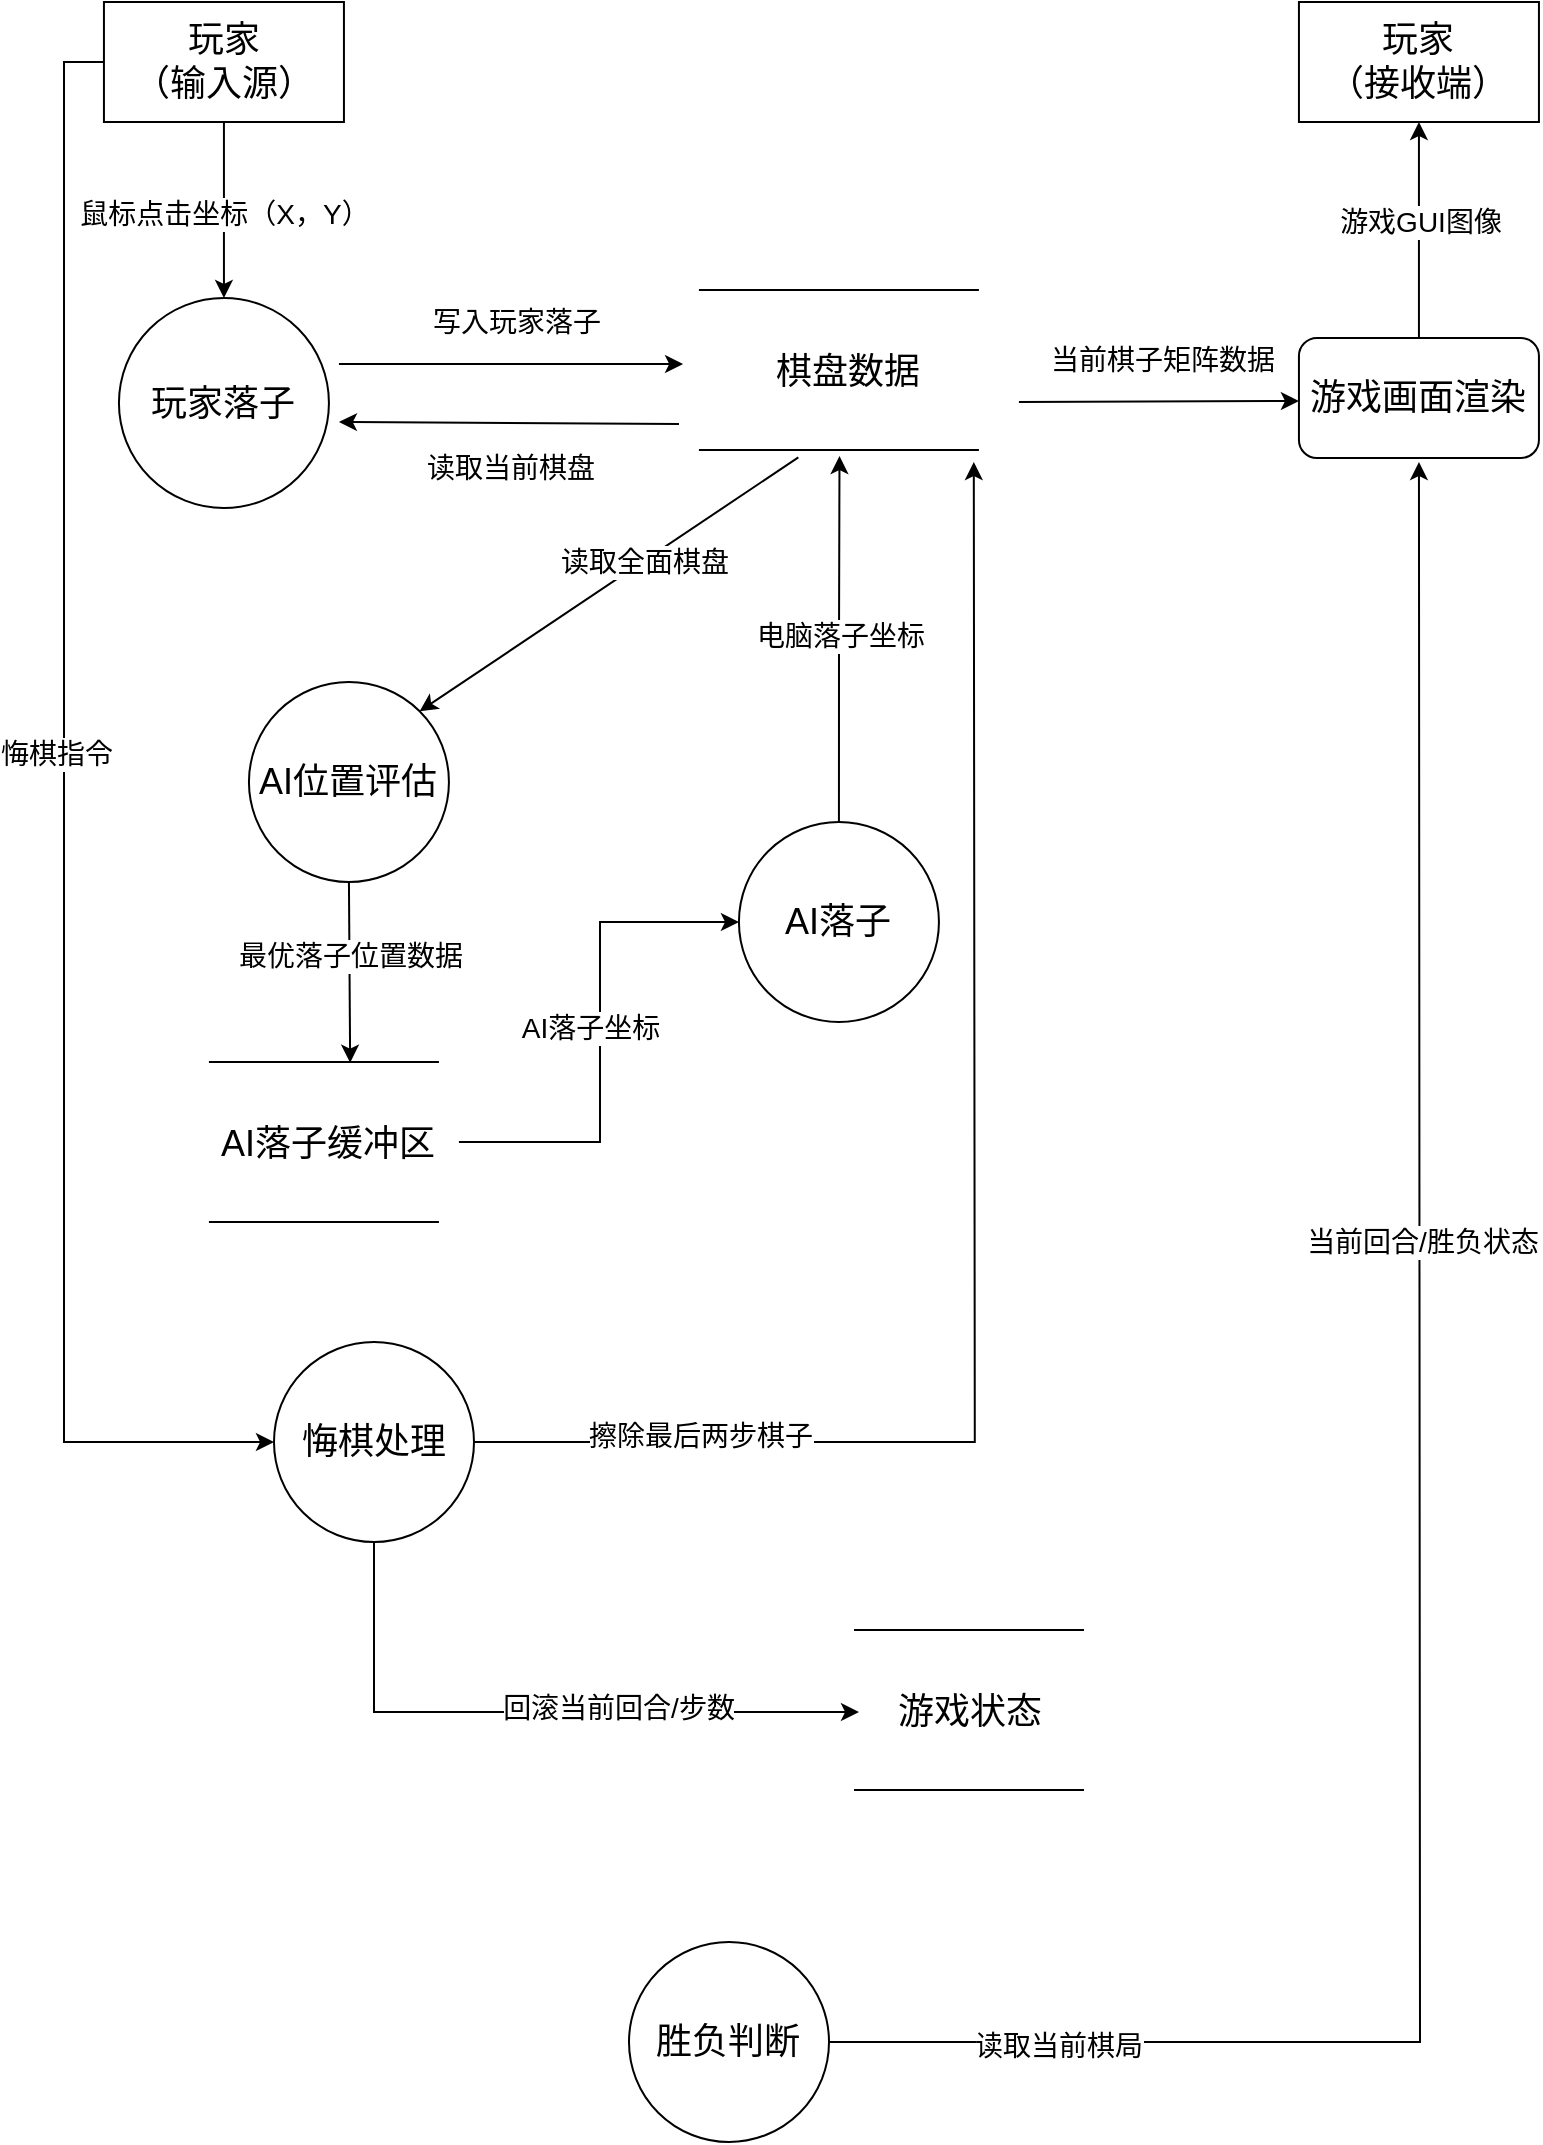
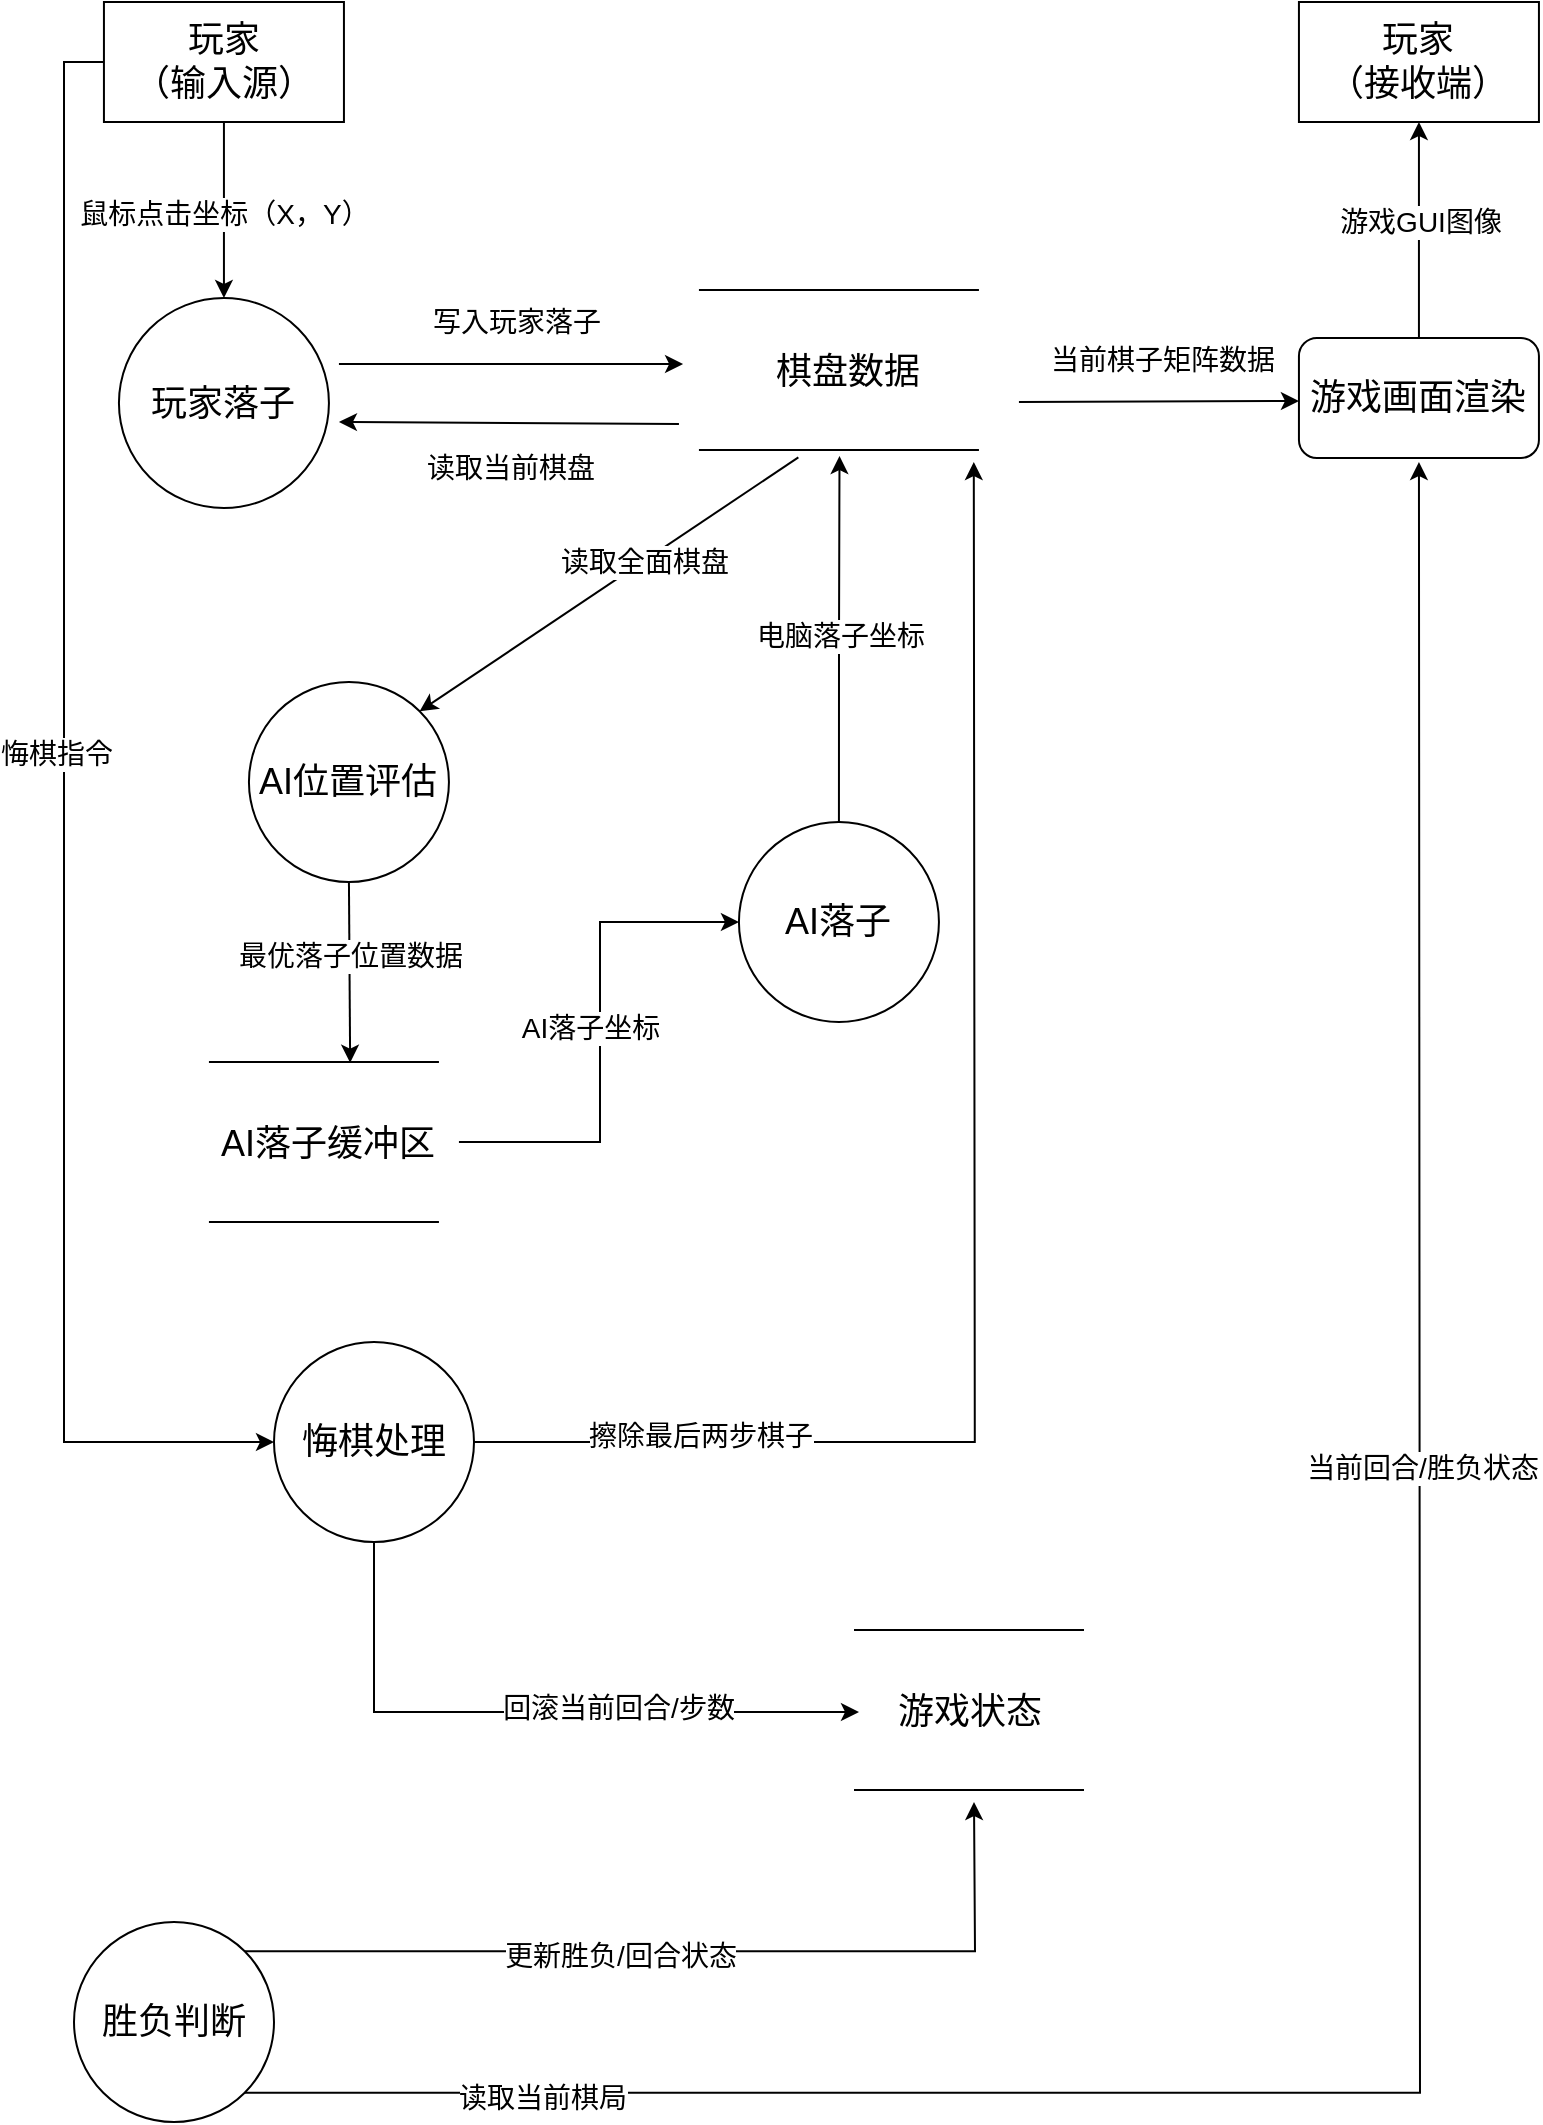
<mxfile host="app.diagrams.net">
  <diagram name="Page-1" id="hryGj0KzSXnJhMcqTr9-">
    <mxGraphModel dx="1201" dy="825" grid="1" gridSize="10" guides="1" tooltips="1" connect="1" arrows="1" fold="1" page="1" pageScale="1" pageWidth="827" pageHeight="1169" math="0" shadow="0">
      <root>
        <mxCell id="0" />
        <mxCell id="1" parent="0" />
        <mxCell id="fDHwApNMCYBN-XmplwMt-11" edge="1" parent="1" source="fDHwApNMCYBN-XmplwMt-3" style="edgeStyle=orthogonalEdgeStyle;rounded=0;orthogonalLoop=1;jettySize=auto;html=1;exitX=0.5;exitY=1;exitDx=0;exitDy=0;entryX=0.5;entryY=0;entryDx=0;entryDy=0;" target="SoA14i47H3jGXmkj97EN-22">
          <mxGeometry relative="1" as="geometry">
            <mxPoint x="92.47" y="250" as="targetPoint" />
          </mxGeometry>
        </mxCell>
        <mxCell id="fDHwApNMCYBN-XmplwMt-12" connectable="0" parent="fDHwApNMCYBN-XmplwMt-11" style="edgeLabel;html=1;align=center;verticalAlign=middle;resizable=0;points=[];" value="&lt;font style=&quot;font-size: 14px;&quot;&gt;鼠标点击坐标（X，Y）&lt;/font&gt;" vertex="1">
          <mxGeometry relative="1" x="0.0364" as="geometry">
            <mxPoint as="offset" />
          </mxGeometry>
        </mxCell>
        <mxCell id="SoA14i47H3jGXmkj97EN-53" edge="1" parent="1" source="fDHwApNMCYBN-XmplwMt-3" style="edgeStyle=orthogonalEdgeStyle;rounded=0;orthogonalLoop=1;jettySize=auto;html=1;exitX=0;exitY=0.5;exitDx=0;exitDy=0;entryX=0;entryY=0.5;entryDx=0;entryDy=0;" target="SoA14i47H3jGXmkj97EN-41">
          <mxGeometry relative="1" as="geometry" />
        </mxCell>
        <mxCell id="SoA14i47H3jGXmkj97EN-54" connectable="0" parent="SoA14i47H3jGXmkj97EN-53" style="edgeLabel;html=1;align=center;verticalAlign=middle;resizable=0;points=[];" value="&lt;font style=&quot;font-size: 14px;&quot;&gt;悔棋指令&lt;/font&gt;" vertex="1">
          <mxGeometry relative="1" x="-0.1018" y="-4" as="geometry">
            <mxPoint as="offset" />
          </mxGeometry>
        </mxCell>
        <mxCell id="fDHwApNMCYBN-XmplwMt-3" parent="1" style="rounded=0;whiteSpace=wrap;html=1;" value="&lt;font style=&quot;font-size: 18px;&quot;&gt;玩家&lt;/font&gt;&lt;div&gt;&lt;font style=&quot;font-size: 18px;&quot;&gt;（输入源）&lt;/font&gt;&lt;/div&gt;" vertex="1">
          <mxGeometry height="60" width="120" x="64.97" y="80" as="geometry" />
        </mxCell>
        <mxCell id="SoA14i47H3jGXmkj97EN-37" edge="1" parent="1" source="fDHwApNMCYBN-XmplwMt-9" style="edgeStyle=orthogonalEdgeStyle;rounded=0;orthogonalLoop=1;jettySize=auto;html=1;exitX=0.5;exitY=0;exitDx=0;exitDy=0;entryX=0.5;entryY=1;entryDx=0;entryDy=0;" target="fDHwApNMCYBN-XmplwMt-10">
          <mxGeometry relative="1" as="geometry" />
        </mxCell>
        <mxCell id="SoA14i47H3jGXmkj97EN-38" connectable="0" parent="SoA14i47H3jGXmkj97EN-37" style="edgeLabel;html=1;align=center;verticalAlign=middle;resizable=0;points=[];" value="&lt;font style=&quot;font-size: 14px;&quot;&gt;游戏GUI图像&lt;/font&gt;" vertex="1">
          <mxGeometry relative="1" x="0.0741" as="geometry">
            <mxPoint as="offset" />
          </mxGeometry>
        </mxCell>
        <mxCell id="fDHwApNMCYBN-XmplwMt-9" parent="1" style="rounded=1;whiteSpace=wrap;html=1;" value="&lt;font style=&quot;font-size: 18px;&quot;&gt;游戏画面渲染&lt;/font&gt;" vertex="1">
          <mxGeometry height="60" width="120" x="662.47" y="248" as="geometry" />
        </mxCell>
        <mxCell id="fDHwApNMCYBN-XmplwMt-10" parent="1" style="rounded=0;whiteSpace=wrap;html=1;" value="&lt;span style=&quot;font-size: 18px;&quot;&gt;玩家&lt;/span&gt;&lt;div&gt;&lt;span style=&quot;font-size: 18px;&quot;&gt;（接收端）&lt;/span&gt;&lt;/div&gt;" vertex="1">
          <mxGeometry height="60" width="120" x="662.47" y="80" as="geometry" />
        </mxCell>
        <mxCell id="SoA14i47H3jGXmkj97EN-10" edge="1" parent="1" style="endArrow=classic;html=1;rounded=0;entryX=0.013;entryY=0.14;entryDx=0;entryDy=0;entryPerimeter=0;" value="">
          <mxGeometry height="50" relative="1" width="50" as="geometry">
            <mxPoint x="182.47" y="261" as="sourcePoint" />
            <mxPoint x="354.537" y="261" as="targetPoint" />
          </mxGeometry>
        </mxCell>
        <mxCell id="SoA14i47H3jGXmkj97EN-11" connectable="0" parent="SoA14i47H3jGXmkj97EN-10" style="edgeLabel;html=1;align=center;verticalAlign=middle;resizable=0;points=[];" value="&lt;font style=&quot;font-size: 14px;&quot;&gt;写入玩家落子&lt;/font&gt;" vertex="1">
          <mxGeometry relative="1" x="0.0202" y="1" as="geometry">
            <mxPoint y="-20" as="offset" />
          </mxGeometry>
        </mxCell>
        <mxCell id="SoA14i47H3jGXmkj97EN-12" edge="1" parent="1" style="endArrow=classic;html=1;rounded=0;exitX=0.925;exitY=0;exitDx=0;exitDy=0;exitPerimeter=0;" value="">
          <mxGeometry height="50" relative="1" width="50" as="geometry">
            <mxPoint x="352.46999999999997" y="291" as="sourcePoint" />
            <mxPoint x="182.47" y="290" as="targetPoint" />
          </mxGeometry>
        </mxCell>
        <mxCell id="SoA14i47H3jGXmkj97EN-13" connectable="0" parent="SoA14i47H3jGXmkj97EN-12" style="edgeLabel;html=1;align=center;verticalAlign=middle;resizable=0;points=[];" value="&lt;font style=&quot;font-size: 14px;&quot;&gt;读取当前棋盘&lt;/font&gt;&lt;div&gt;&lt;font style=&quot;font-size: 14px;&quot;&gt;&lt;br&gt;&lt;/font&gt;&lt;/div&gt;" vertex="1">
          <mxGeometry relative="1" x="0.0202" y="1" as="geometry">
            <mxPoint x="2" y="29" as="offset" />
          </mxGeometry>
        </mxCell>
        <mxCell id="SoA14i47H3jGXmkj97EN-14" edge="1" parent="1" source="SoA14i47H3jGXmkj97EN-28" style="endArrow=classic;html=1;rounded=0;entryX=1;entryY=0;entryDx=0;entryDy=0;exitX=0.355;exitY=0.958;exitDx=0;exitDy=0;exitPerimeter=0;" target="SoA14i47H3jGXmkj97EN-23" value="">
          <mxGeometry height="50" relative="1" width="50" as="geometry">
            <mxPoint x="350.40299999999996" y="332" as="sourcePoint" />
            <mxPoint x="92.47" y="410" as="targetPoint" />
          </mxGeometry>
        </mxCell>
        <mxCell id="SoA14i47H3jGXmkj97EN-15" connectable="0" parent="SoA14i47H3jGXmkj97EN-14" style="edgeLabel;html=1;align=center;verticalAlign=middle;resizable=0;points=[];" value="&lt;font style=&quot;font-size: 14px;&quot;&gt;读取全面棋盘&lt;/font&gt;" vertex="1">
          <mxGeometry relative="1" x="-0.1782" as="geometry">
            <mxPoint as="offset" />
          </mxGeometry>
        </mxCell>
        <mxCell id="SoA14i47H3jGXmkj97EN-16" edge="1" parent="1" style="endArrow=classic;html=1;rounded=0;entryX=0.013;entryY=0.14;entryDx=0;entryDy=0;entryPerimeter=0;" value="">
          <mxGeometry height="50" relative="1" width="50" as="geometry">
            <mxPoint x="522.47" y="280" as="sourcePoint" />
            <mxPoint x="662.4670000000001" y="279.5" as="targetPoint" />
          </mxGeometry>
        </mxCell>
        <mxCell id="SoA14i47H3jGXmkj97EN-17" connectable="0" parent="SoA14i47H3jGXmkj97EN-16" style="edgeLabel;html=1;align=center;verticalAlign=middle;resizable=0;points=[];" value="&lt;span style=&quot;font-size: 14px;&quot;&gt;当前棋子矩阵数据&lt;/span&gt;" vertex="1">
          <mxGeometry relative="1" x="0.0202" y="1" as="geometry">
            <mxPoint y="-20" as="offset" />
          </mxGeometry>
        </mxCell>
        <mxCell id="SoA14i47H3jGXmkj97EN-22" parent="1" style="ellipse;whiteSpace=wrap;html=1;aspect=fixed;" value="&lt;font style=&quot;font-size: 18px;&quot;&gt;玩家落子&lt;/font&gt;" vertex="1">
          <mxGeometry height="105" width="105" x="72.47" y="228" as="geometry" />
        </mxCell>
        <mxCell id="SoA14i47H3jGXmkj97EN-23" parent="1" style="ellipse;whiteSpace=wrap;html=1;aspect=fixed;" value="&lt;font style=&quot;font-size: 18px;&quot;&gt;AI位置评估&lt;/font&gt;" vertex="1">
          <mxGeometry height="100" width="100" x="137.47" y="420" as="geometry" />
        </mxCell>
        <mxCell id="SoA14i47H3jGXmkj97EN-24" parent="1" style="ellipse;whiteSpace=wrap;html=1;aspect=fixed;" value="&lt;font style=&quot;font-size: 18px;&quot;&gt;AI落子&lt;/font&gt;" vertex="1">
          <mxGeometry height="100" width="100" x="382.46999999999997" y="490" as="geometry" />
        </mxCell>
-         <mxCell id="SoA14i47H3jGXmkj97EN-39" edge="1" parent="1" source="SoA14i47H3jGXmkj97EN-25" style="edgeStyle=orthogonalEdgeStyle;rounded=0;orthogonalLoop=1;jettySize=auto;html=1;exitX=1;exitY=0.5;exitDx=0;exitDy=0;">
+         <mxCell id="SoA14i47H3jGXmkj97EN-39" edge="1" parent="1" source="SoA14i47H3jGXmkj97EN-25" style="edgeStyle=orthogonalEdgeStyle;rounded=0;orthogonalLoop=1;jettySize=auto;html=1;exitX=1;exitY=1;exitDx=0;exitDy=0;">
          <mxGeometry relative="1" as="geometry">
            <mxPoint x="722.47" y="310" as="targetPoint" />
          </mxGeometry>
        </mxCell>
        <mxCell id="SoA14i47H3jGXmkj97EN-40" connectable="0" parent="SoA14i47H3jGXmkj97EN-39" style="edgeLabel;html=1;align=center;verticalAlign=middle;resizable=0;points=[];" value="&lt;font style=&quot;font-size: 14px;&quot;&gt;当前回合/胜负状态&lt;/font&gt;" vertex="1">
          <mxGeometry relative="1" x="0.2828" y="-1" as="geometry">
            <mxPoint as="offset" />
          </mxGeometry>
        </mxCell>
        <mxCell id="SoA14i47H3jGXmkj97EN-52" connectable="0" parent="SoA14i47H3jGXmkj97EN-39" style="edgeLabel;html=1;align=center;verticalAlign=middle;resizable=0;points=[];" value="&lt;font style=&quot;font-size: 14px;&quot;&gt;读取当前棋局&lt;/font&gt;" vertex="1">
          <mxGeometry relative="1" x="-0.7892" y="-2" as="geometry">
            <mxPoint as="offset" />
          </mxGeometry>
        </mxCell>
+         <mxCell id="SoA14i47H3jGXmkj97EN-60" edge="1" parent="1" source="SoA14i47H3jGXmkj97EN-25" style="edgeStyle=orthogonalEdgeStyle;rounded=0;orthogonalLoop=1;jettySize=auto;html=1;exitX=1;exitY=0;exitDx=0;exitDy=0;">
+           <mxGeometry relative="1" as="geometry">
+             <mxPoint x="500" y="980" as="targetPoint" />
+           </mxGeometry>
+         </mxCell>
+         <mxCell id="SoA14i47H3jGXmkj97EN-61" connectable="0" parent="SoA14i47H3jGXmkj97EN-60" style="edgeLabel;html=1;align=center;verticalAlign=middle;resizable=0;points=[];" value="&lt;font style=&quot;font-size: 14px;&quot;&gt;更新胜负/回合状态&lt;/font&gt;" vertex="1">
+           <mxGeometry relative="1" x="-0.1486" y="-2" as="geometry">
+             <mxPoint as="offset" />
+           </mxGeometry>
+         </mxCell>
        <mxCell id="SoA14i47H3jGXmkj97EN-25" parent="1" style="ellipse;whiteSpace=wrap;html=1;aspect=fixed;" value="&lt;font style=&quot;font-size: 18px;&quot;&gt;胜负判断&lt;/font&gt;" vertex="1">
-           <mxGeometry height="100" width="100" x="327.49999999999994" y="1050" as="geometry" />
+           <mxGeometry height="100" width="100" x="49.99999999999994" y="1040" as="geometry" />
        </mxCell>
        <mxCell id="SoA14i47H3jGXmkj97EN-27" parent="1" style="line;strokeWidth=1;fillColor=none;align=left;verticalAlign=middle;spacingTop=-1;spacingLeft=3;spacingRight=3;rotatable=0;labelPosition=right;points=[];portConstraint=eastwest;strokeColor=inherit;" value="" vertex="1">
          <mxGeometry height="8" width="140" x="362.46999999999997" y="220" as="geometry" />
        </mxCell>
        <mxCell id="SoA14i47H3jGXmkj97EN-28" parent="1" style="line;strokeWidth=1;fillColor=none;align=left;verticalAlign=middle;spacingTop=-1;spacingLeft=3;spacingRight=3;rotatable=0;labelPosition=right;points=[];portConstraint=eastwest;strokeColor=inherit;" value="" vertex="1">
          <mxGeometry height="8" width="140" x="362.46999999999997" y="300" as="geometry" />
        </mxCell>
        <mxCell id="SoA14i47H3jGXmkj97EN-29" parent="1" style="text;html=1;whiteSpace=wrap;strokeColor=none;fillColor=none;align=center;verticalAlign=middle;rounded=0;" value="&lt;font style=&quot;font-size: 18px;&quot;&gt;棋盘数据&lt;/font&gt;" vertex="1">
          <mxGeometry height="30" width="110" x="382.46999999999997" y="250" as="geometry" />
        </mxCell>
        <mxCell id="SoA14i47H3jGXmkj97EN-33" edge="1" parent="1" style="edgeStyle=orthogonalEdgeStyle;rounded=0;orthogonalLoop=1;jettySize=auto;html=1;entryX=0;entryY=0.5;entryDx=0;entryDy=0;" target="SoA14i47H3jGXmkj97EN-24">
          <mxGeometry relative="1" as="geometry">
            <Array as="points">
              <mxPoint x="313" y="650" />
              <mxPoint x="313" y="540" />
            </Array>
            <mxPoint x="242.47" y="650" as="sourcePoint" />
          </mxGeometry>
        </mxCell>
        <mxCell id="SoA14i47H3jGXmkj97EN-34" connectable="0" parent="SoA14i47H3jGXmkj97EN-33" style="edgeLabel;html=1;align=center;verticalAlign=middle;resizable=0;points=[];" value="&lt;font style=&quot;font-size: 14px;&quot;&gt;AI落子坐标&lt;/font&gt;" vertex="1">
          <mxGeometry relative="1" x="0.0204" y="5" as="geometry">
            <mxPoint as="offset" />
          </mxGeometry>
        </mxCell>
        <mxCell id="SoA14i47H3jGXmkj97EN-31" edge="1" parent="1" source="SoA14i47H3jGXmkj97EN-23" style="endArrow=classic;html=1;rounded=0;entryX=0.614;entryY=0.542;entryDx=0;entryDy=0;exitX=0.5;exitY=1;exitDx=0;exitDy=0;entryPerimeter=0;" target="SoA14i47H3jGXmkj97EN-42" value="">
          <mxGeometry height="50" relative="1" width="50" as="geometry">
            <mxPoint x="450.40299999999996" y="360" as="sourcePoint" />
            <mxPoint x="87.47" y="600" as="targetPoint" />
          </mxGeometry>
        </mxCell>
        <mxCell id="SoA14i47H3jGXmkj97EN-32" connectable="0" parent="SoA14i47H3jGXmkj97EN-31" style="edgeLabel;html=1;align=center;verticalAlign=middle;resizable=0;points=[];" value="&lt;span style=&quot;font-size: 14px;&quot;&gt;最优落子位置数据&lt;/span&gt;" vertex="1">
          <mxGeometry relative="1" x="-0.1782" as="geometry">
            <mxPoint as="offset" />
          </mxGeometry>
        </mxCell>
        <mxCell id="SoA14i47H3jGXmkj97EN-35" edge="1" parent="1" source="SoA14i47H3jGXmkj97EN-24" style="edgeStyle=orthogonalEdgeStyle;rounded=0;orthogonalLoop=1;jettySize=auto;html=1;exitX=0.5;exitY=0;exitDx=0;exitDy=0;entryX=0.502;entryY=0.875;entryDx=0;entryDy=0;entryPerimeter=0;" target="SoA14i47H3jGXmkj97EN-28">
          <mxGeometry relative="1" as="geometry" />
        </mxCell>
        <mxCell id="SoA14i47H3jGXmkj97EN-36" connectable="0" parent="SoA14i47H3jGXmkj97EN-35" style="edgeLabel;html=1;align=center;verticalAlign=middle;resizable=0;points=[];" value="&lt;span style=&quot;font-size: 14px;&quot;&gt;电脑落子坐标&lt;/span&gt;" vertex="1">
          <mxGeometry relative="1" x="-0.0044" y="1" as="geometry">
            <mxPoint y="-1" as="offset" />
          </mxGeometry>
        </mxCell>
        <mxCell id="SoA14i47H3jGXmkj97EN-55" edge="1" parent="1" source="SoA14i47H3jGXmkj97EN-41" style="edgeStyle=orthogonalEdgeStyle;rounded=0;orthogonalLoop=1;jettySize=auto;html=1;exitX=1;exitY=0.5;exitDx=0;exitDy=0;">
          <mxGeometry relative="1" as="geometry">
            <mxPoint x="499.9" y="310" as="targetPoint" />
          </mxGeometry>
        </mxCell>
        <mxCell id="SoA14i47H3jGXmkj97EN-57" connectable="0" parent="SoA14i47H3jGXmkj97EN-55" style="edgeLabel;html=1;align=center;verticalAlign=middle;resizable=0;points=[];" value="&lt;font style=&quot;font-size: 14px;&quot;&gt;擦除最后两步棋子&lt;/font&gt;" vertex="1">
          <mxGeometry relative="1" x="-0.6914" y="3" as="geometry">
            <mxPoint x="-1" as="offset" />
          </mxGeometry>
        </mxCell>
        <mxCell id="SoA14i47H3jGXmkj97EN-58" edge="1" parent="1" source="SoA14i47H3jGXmkj97EN-41" style="edgeStyle=orthogonalEdgeStyle;rounded=0;orthogonalLoop=1;jettySize=auto;html=1;exitX=0.5;exitY=1;exitDx=0;exitDy=0;entryX=0;entryY=0.5;entryDx=0;entryDy=0;" target="SoA14i47H3jGXmkj97EN-51">
          <mxGeometry relative="1" as="geometry" />
        </mxCell>
        <mxCell id="SoA14i47H3jGXmkj97EN-59" connectable="0" parent="SoA14i47H3jGXmkj97EN-58" style="edgeLabel;html=1;align=center;verticalAlign=middle;resizable=0;points=[];" value="&lt;font style=&quot;font-size: 14px;&quot;&gt;回滚当前回合/步数&lt;/font&gt;" vertex="1">
          <mxGeometry relative="1" x="0.2601" y="2" as="geometry">
            <mxPoint as="offset" />
          </mxGeometry>
        </mxCell>
        <mxCell id="SoA14i47H3jGXmkj97EN-41" parent="1" style="ellipse;whiteSpace=wrap;html=1;aspect=fixed;" value="&lt;font style=&quot;font-size: 18px;&quot;&gt;悔棋处理&lt;/font&gt;" vertex="1">
          <mxGeometry height="100" width="100" x="150" y="750" as="geometry" />
        </mxCell>
        <mxCell id="SoA14i47H3jGXmkj97EN-42" parent="1" style="line;strokeWidth=1;fillColor=none;align=left;verticalAlign=middle;spacingTop=-1;spacingLeft=3;spacingRight=3;rotatable=0;labelPosition=right;points=[];portConstraint=eastwest;strokeColor=inherit;" value="" vertex="1">
          <mxGeometry height="8" width="115" x="117.47" y="606" as="geometry" />
        </mxCell>
        <mxCell id="SoA14i47H3jGXmkj97EN-43" parent="1" style="line;strokeWidth=1;fillColor=none;align=left;verticalAlign=middle;spacingTop=-1;spacingLeft=3;spacingRight=3;rotatable=0;labelPosition=right;points=[];portConstraint=eastwest;strokeColor=inherit;" value="" vertex="1">
          <mxGeometry height="8" width="115" x="117.47" y="686" as="geometry" />
        </mxCell>
        <mxCell id="SoA14i47H3jGXmkj97EN-44" parent="1" style="text;html=1;whiteSpace=wrap;strokeColor=none;fillColor=none;align=center;verticalAlign=middle;rounded=0;" value="&lt;span style=&quot;font-size: 18px;&quot;&gt;AI落子缓冲区&lt;/span&gt;" vertex="1">
          <mxGeometry height="30" width="110" x="122.47" y="636" as="geometry" />
        </mxCell>
        <mxCell id="SoA14i47H3jGXmkj97EN-49" parent="1" style="line;strokeWidth=1;fillColor=none;align=left;verticalAlign=middle;spacingTop=-1;spacingLeft=3;spacingRight=3;rotatable=0;labelPosition=right;points=[];portConstraint=eastwest;strokeColor=inherit;" value="" vertex="1">
          <mxGeometry height="8" width="115" x="440" y="890" as="geometry" />
        </mxCell>
        <mxCell id="SoA14i47H3jGXmkj97EN-50" parent="1" style="line;strokeWidth=1;fillColor=none;align=left;verticalAlign=middle;spacingTop=-1;spacingLeft=3;spacingRight=3;rotatable=0;labelPosition=right;points=[];portConstraint=eastwest;strokeColor=inherit;" value="" vertex="1">
          <mxGeometry height="8" width="115" x="440" y="970" as="geometry" />
        </mxCell>
        <mxCell id="SoA14i47H3jGXmkj97EN-51" parent="1" style="text;html=1;whiteSpace=wrap;strokeColor=none;fillColor=none;align=center;verticalAlign=middle;rounded=0;" value="&lt;span style=&quot;font-size: 18px;&quot;&gt;游戏状态&lt;/span&gt;" vertex="1">
          <mxGeometry height="30" width="110" x="442.5" y="920" as="geometry" />
        </mxCell>
      </root>
    </mxGraphModel>
  </diagram>
</mxfile>
